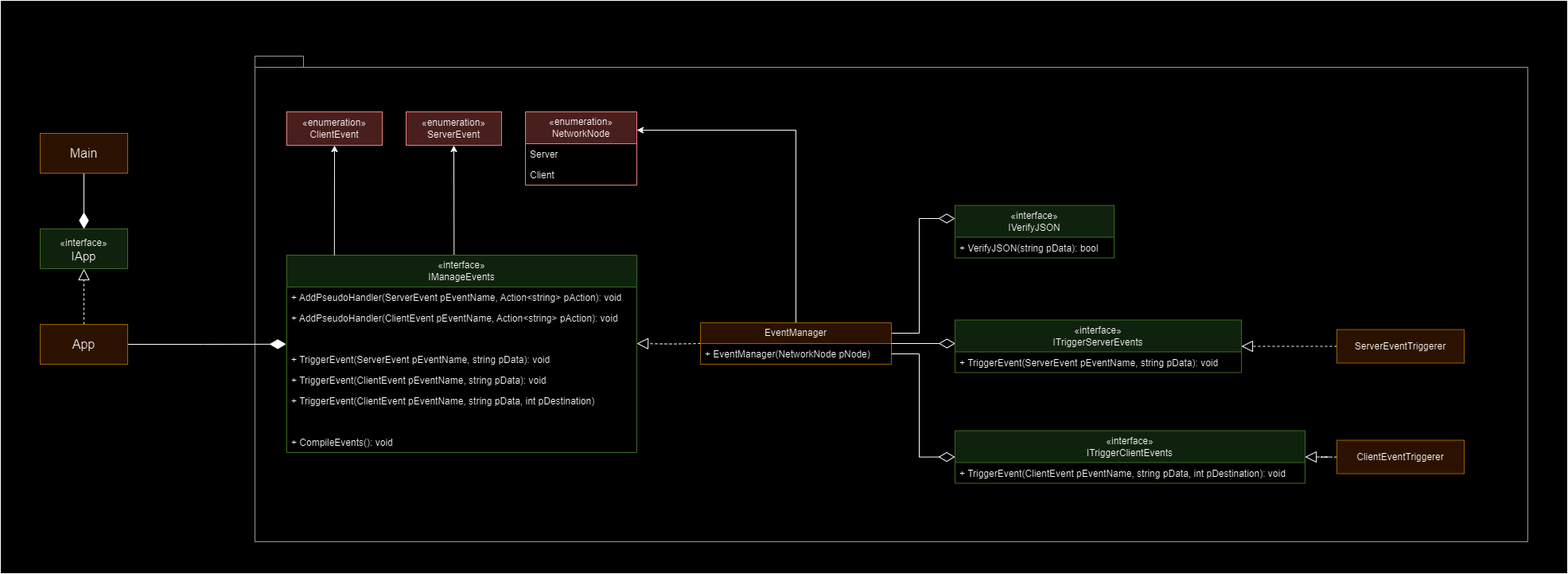
This is Designs/Event Manager Design.png from Matthew-Bowman/FiveM-App, a draw.io export, as it was before one commit. Source tidied: cells renumbered, new cells last; positions are measured from the earlier drawing's top-left corner, leaving out a move shared by most shapes.
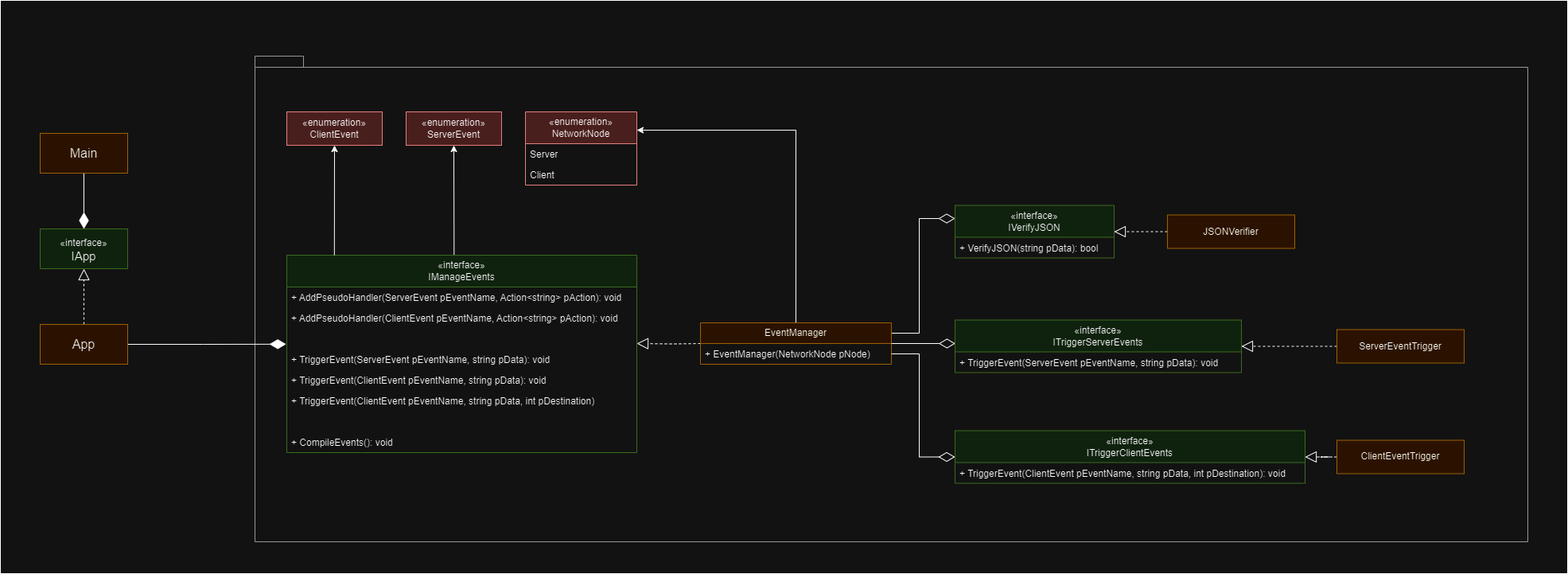
After the change.

Commit message:
Design Polishing

The edit, as a diff of the source:
```diff
@@ -2,7 +2,7 @@
   <root>
     <mxCell id="0" />
     <mxCell id="1" parent="0" />
-    <mxCell id="2" style="rounded=0;whiteSpace=wrap;html=1;fontFamily=Helvetica;fontSize=11;fontColor=default;labelBackgroundColor=default;" parent="1" vertex="1">
+    <mxCell id="2" style="rounded=0;whiteSpace=wrap;html=1;fontFamily=Helvetica;fontSize=11;fontColor=default;labelBackgroundColor=default;fillColor=none;" parent="1" vertex="1">
       <mxGeometry width="1970" height="720" as="geometry" />
     </mxCell>
     <mxCell id="3" style="shape=folder;fontStyle=1;spacingTop=10;tabWidth=40;tabHeight=14;tabPosition=left;html=1;whiteSpace=wrap;fillColor=none;fontColor=#333333;strokeColor=#666666;" parent="1" vertex="1">
@@ -109,7 +109,7 @@
     <mxCell id="35" style="edgeStyle=orthogonalEdgeStyle;rounded=0;jettySize=auto;html=1;exitX=0;exitY=0.5;exitDx=0;exitDy=0;entryX=1;entryY=0.5;entryDx=0;entryDy=0;dashed=1;strokeColor=default;align=center;verticalAlign=middle;fontFamily=Helvetica;fontSize=11;fontColor=default;labelBackgroundColor=default;endArrow=block;endFill=0;endSize=12;" parent="1" edge="1" source="36" target="31">
       <mxGeometry relative="1" as="geometry" />
     </mxCell>
-    <mxCell id="36" value="ServerEventTriggerer" style="html=1;whiteSpace=wrap;fillColor=#ffe6cc;strokeColor=#d79b00;" parent="1" vertex="1">
+    <mxCell id="36" value="ServerEventTrigger" style="html=1;whiteSpace=wrap;fillColor=#ffe6cc;strokeColor=#d79b00;" parent="1" vertex="1">
       <mxGeometry x="1680" y="413.5" width="160" height="42" as="geometry" />
     </mxCell>
     <mxCell id="37" value="«interface»&lt;br&gt;&lt;div&gt;ITriggerClientEvents&lt;/div&gt;" style="swimlane;fontStyle=0;horizontal=1;startSize=40;fillColor=#d5e8d4;whiteSpace=wrap;html=1;strokeColor=#82b366;" parent="1" vertex="1">
@@ -127,8 +127,14 @@
     <mxCell id="41" style="edgeStyle=orthogonalEdgeStyle;rounded=0;jettySize=auto;html=1;entryX=1;entryY=0.5;entryDx=0;entryDy=0;dashed=1;strokeColor=default;align=center;verticalAlign=middle;fontFamily=Helvetica;fontSize=11;fontColor=default;labelBackgroundColor=default;endArrow=block;endFill=0;endSize=12;" parent="1" edge="1" source="42" target="37">
       <mxGeometry relative="1" as="geometry" />
     </mxCell>
-    <mxCell id="42" value="ClientEventTriggerer" style="html=1;whiteSpace=wrap;fillColor=#ffe6cc;strokeColor=#d79b00;" parent="1" vertex="1">
+    <mxCell id="42" value="ClientEventTrigger" style="html=1;whiteSpace=wrap;fillColor=#ffe6cc;strokeColor=#d79b00;" parent="1" vertex="1">
       <mxGeometry x="1680" y="552.5" width="160" height="42" as="geometry" />
     </mxCell>
+    <mxCell id="43" style="edgeStyle=orthogonalEdgeStyle;rounded=0;jettySize=auto;html=1;entryX=1;entryY=0.5;entryDx=0;entryDy=0;dashed=1;strokeColor=default;align=center;verticalAlign=middle;fontFamily=Helvetica;fontSize=11;fontColor=default;labelBackgroundColor=default;endArrow=block;endFill=0;endSize=12;" parent="1" edge="1" source="44" target="33">
+      <mxGeometry relative="1" as="geometry" />
+    </mxCell>
+    <mxCell id="44" value="JSONVerifier" style="html=1;whiteSpace=wrap;fillColor=#ffe6cc;strokeColor=#d79b00;" parent="1" vertex="1">
+      <mxGeometry x="1467" y="269.5" width="160" height="42" as="geometry" />
+    </mxCell>
   </root>
 </mxGraphModel>
```
